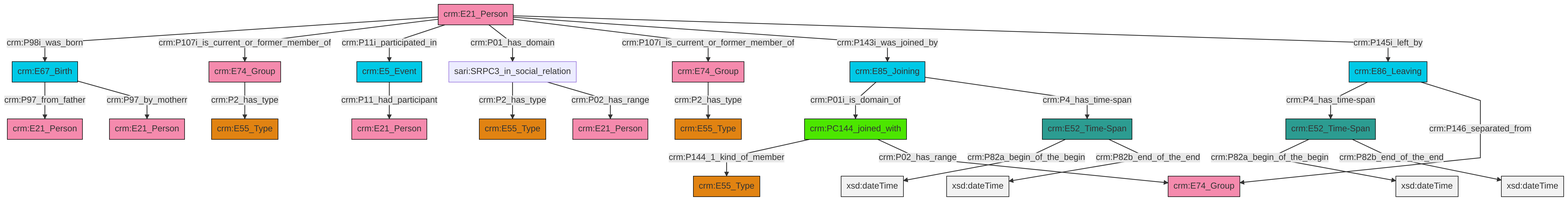
The Mermaid diagram et/personCSV/ttl/mmd/png/Person_Actor_Relations.png in swiss-art-research-net/docs.swissartresearch, before a commit. Its source is kept beside it as et/personCSV/ttl/mmd/Person_Actor_Relations.ttl.mmd.
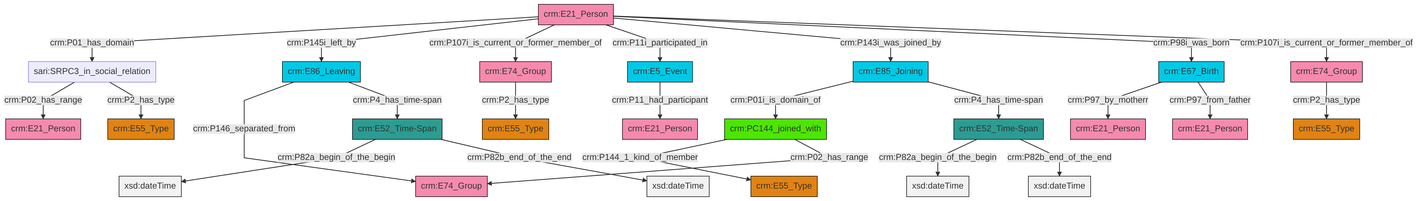
The same diagram one commit later.

What changed in the source:
```diff
@@ -13,27 +13,27 @@
 classDef PC_Classes fill:#4ce600, stroke:#000000;
 classDef Multi fill:#cccccc,stroke:#000000;
 
-6["crm:E21_Person"]:::Actor -->|crm:P98i_was_born| 7["crm:E67_Birth"]:::Temporal_Entity
-6["crm:E21_Person"]:::Actor -->|crm:P107i_is_current_or_former_member_of| 0["crm:E74_Group"]:::Actor
-10["crm:E5_Event"]:::Temporal_Entity -->|crm:P11_had_participant| 2["crm:E21_Person"]:::Actor
-7["crm:E67_Birth"]:::Temporal_Entity -->|crm:P97_from_father| 11["crm:E21_Person"]:::Actor
-7["crm:E67_Birth"]:::Temporal_Entity -->|crm:P97_by_motherr| 12["crm:E21_Person"]:::Actor
-0["crm:E74_Group"]:::Actor -->|crm:P2_has_type| 4["crm:E55_Type"]:::Type
-13["crm:PC144_joined_with"]:::PC_Classes -->|crm:P144_1_kind_of_member| 14["crm:E55_Type"]:::Type
-8["crm:E52_Time-Span"]:::Time-Span -->|crm:P82a_begin_of_the_begin| 15[xsd:dateTime]:::Literal
-20["crm:E52_Time-Span"]:::Time-Span -->|crm:P82a_begin_of_the_begin| 21[xsd:dateTime]:::Literal
-6["crm:E21_Person"]:::Actor -->|crm:P11i_participated_in| 10["crm:E5_Event"]:::Temporal_Entity
-13["crm:PC144_joined_with"]:::PC_Classes -->|crm:P02_has_range| 22["crm:E74_Group"]:::Actor
-6["crm:E21_Person"]:::Actor -->|crm:P01_has_domain| 17["sari:SRPC3_in_social_relation"]:::Default
-24["crm:E86_Leaving"]:::Temporal_Entity -->|crm:P4_has_time-span| 20["crm:E52_Time-Span"]:::Time-Span
-28["crm:E74_Group"]:::Actor -->|crm:P2_has_type| 29["crm:E55_Type"]:::Type
-6["crm:E21_Person"]:::Actor -->|crm:P107i_is_current_or_former_member_of| 28["crm:E74_Group"]:::Actor
-17["sari:SRPC3_in_social_relation"]:::Default -->|crm:P2_has_type| 35["crm:E55_Type"]:::Type
-32["crm:E85_Joining"]:::Temporal_Entity -->|crm:P01i_is_domain_of| 13["crm:PC144_joined_with"]:::PC_Classes
-6["crm:E21_Person"]:::Actor -->|crm:P143i_was_joined_by| 32["crm:E85_Joining"]:::Temporal_Entity
-24["crm:E86_Leaving"]:::Temporal_Entity -->|crm:P146_separated_from| 22["crm:E74_Group"]:::Actor
-32["crm:E85_Joining"]:::Temporal_Entity -->|crm:P4_has_time-span| 8["crm:E52_Time-Span"]:::Time-Span
-8["crm:E52_Time-Span"]:::Time-Span -->|crm:P82b_end_of_the_end| 42[xsd:dateTime]:::Literal
-6["crm:E21_Person"]:::Actor -->|crm:P145i_left_by| 24["crm:E86_Leaving"]:::Temporal_Entity
-20["crm:E52_Time-Span"]:::Time-Span -->|crm:P82b_end_of_the_end| 46[xsd:dateTime]:::Literal
-17["sari:SRPC3_in_social_relation"]:::Default -->|crm:P02_has_range| 44["crm:E21_Person"]:::Actor
+0["crm:E67_Birth"]:::Temporal_Entity -->|crm:P97_by_motherr| 8["crm:E21_Person"]:::Actor
+15["crm:E5_Event"]:::Temporal_Entity -->|crm:P11_had_participant| 16["crm:E21_Person"]:::Actor
+2["crm:E74_Group"]:::Actor -->|crm:P2_has_type| 21["crm:E55_Type"]:::Type
+22["crm:E52_Time-Span"]:::Time-Span -->|crm:P82a_begin_of_the_begin| 23[xsd:dateTime]:::Literal
+24["crm:E52_Time-Span"]:::Time-Span -->|crm:P82a_begin_of_the_begin| 25[xsd:dateTime]:::Literal
+0["crm:E67_Birth"]:::Temporal_Entity -->|crm:P97_from_father| 4["crm:E21_Person"]:::Actor
+6["crm:E21_Person"]:::Actor -->|crm:P01_has_domain| 26["sari:SRPC3_in_social_relation"]:::Default
+6["crm:E21_Person"]:::Actor -->|crm:P145i_left_by| 31["crm:E86_Leaving"]:::Temporal_Entity
+31["crm:E86_Leaving"]:::Temporal_Entity -->|crm:P146_separated_from| 32["crm:E74_Group"]:::Actor
+35["crm:E74_Group"]:::Actor -->|crm:P2_has_type| 17["crm:E55_Type"]:::Type
+29["crm:PC144_joined_with"]:::PC_Classes -->|crm:P144_1_kind_of_member| 11["crm:E55_Type"]:::Type
+6["crm:E21_Person"]:::Actor -->|crm:P107i_is_current_or_former_member_of| 35["crm:E74_Group"]:::Actor
+6["crm:E21_Person"]:::Actor -->|crm:P11i_participated_in| 15["crm:E5_Event"]:::Temporal_Entity
+26["sari:SRPC3_in_social_relation"]:::Default -->|crm:P02_has_range| 19["crm:E21_Person"]:::Actor
+26["sari:SRPC3_in_social_relation"]:::Default -->|crm:P2_has_type| 9["crm:E55_Type"]:::Type
+6["crm:E21_Person"]:::Actor -->|crm:P143i_was_joined_by| 13["crm:E85_Joining"]:::Temporal_Entity
+13["crm:E85_Joining"]:::Temporal_Entity -->|crm:P01i_is_domain_of| 29["crm:PC144_joined_with"]:::PC_Classes
+29["crm:PC144_joined_with"]:::PC_Classes -->|crm:P02_has_range| 32["crm:E74_Group"]:::Actor
+31["crm:E86_Leaving"]:::Temporal_Entity -->|crm:P4_has_time-span| 24["crm:E52_Time-Span"]:::Time-Span
+22["crm:E52_Time-Span"]:::Time-Span -->|crm:P82b_end_of_the_end| 41[xsd:dateTime]:::Literal
+24["crm:E52_Time-Span"]:::Time-Span -->|crm:P82b_end_of_the_end| 43[xsd:dateTime]:::Literal
+6["crm:E21_Person"]:::Actor -->|crm:P98i_was_born| 0["crm:E67_Birth"]:::Temporal_Entity
+13["crm:E85_Joining"]:::Temporal_Entity -->|crm:P4_has_time-span| 22["crm:E52_Time-Span"]:::Time-Span
+6["crm:E21_Person"]:::Actor -->|crm:P107i_is_current_or_former_member_of| 2["crm:E74_Group"]:::Actor
```
